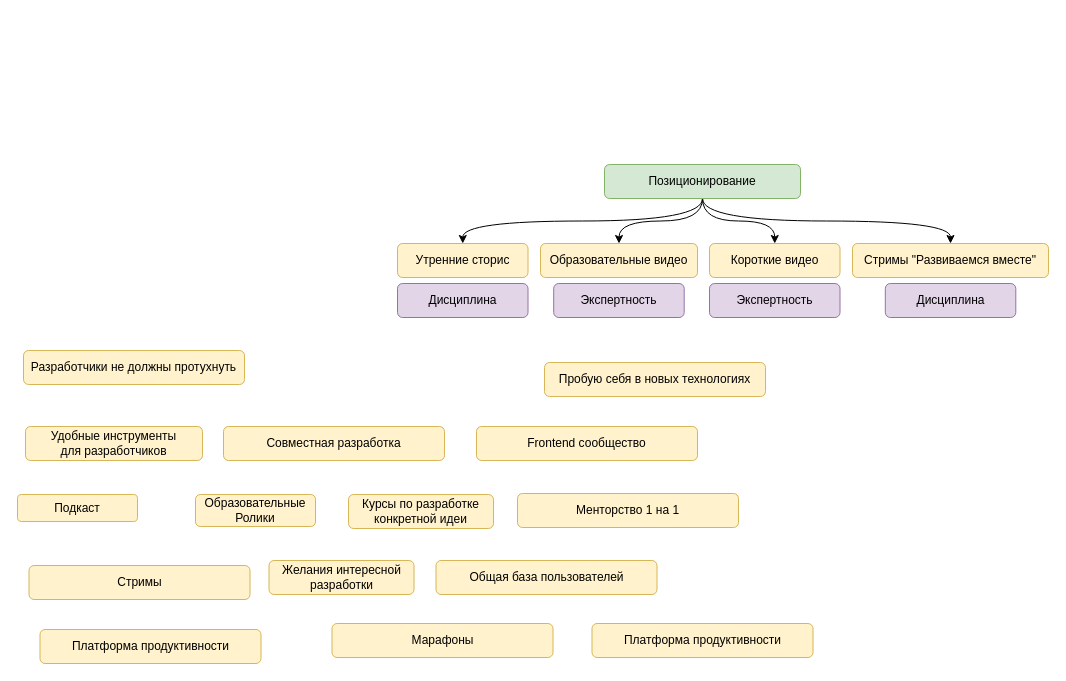
orlov-oleg-developer/uml-diagrams keeps this draw.io diagram as Ecosystem.drawio. Above is the earlier version. Source tidied: cells renumbered, new cells numbered last; positions are measured from the earlier drawing's top-left corner, leaving out a move shared by most shapes. Both pictures are drawn from the tidied source at 100%, with x=0, y=0 at pixel (17, 164).
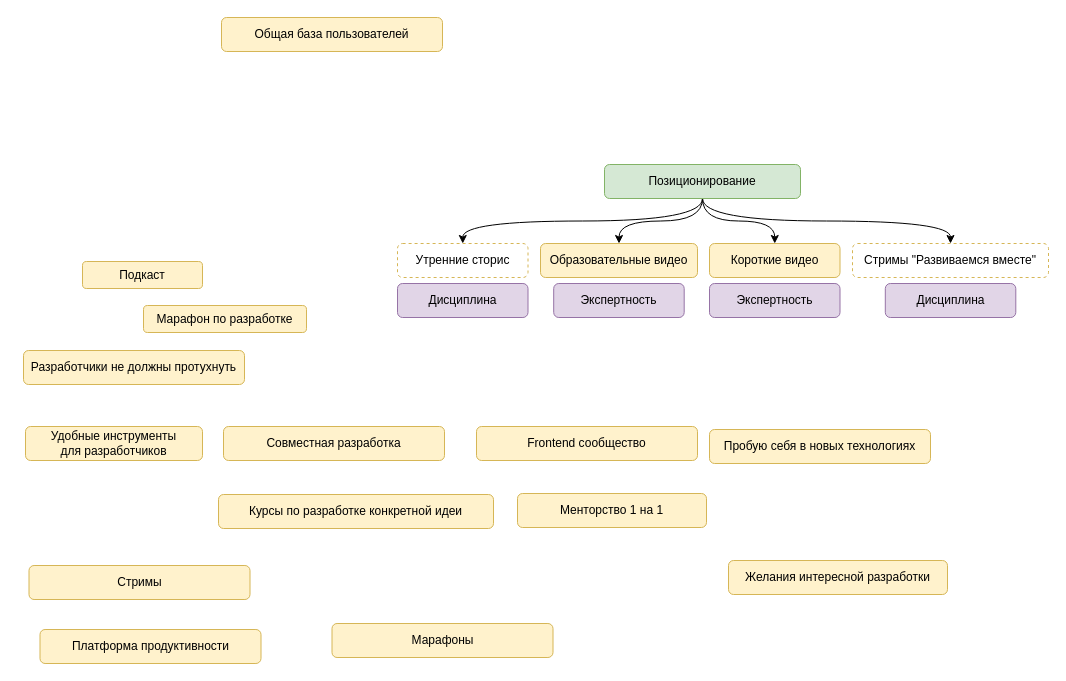
The same diagram, later.

What changed in the source:
```diff
@@
     <mxCell id="2" value="Подкаст" style="rounded=1;whiteSpace=wrap;html=1;fillColor=#fff2cc;strokeColor=#d6b656;" parent="1" vertex="1">
-      <mxGeometry y="330" width="120" height="27" as="geometry" />
+      <mxGeometry x="65" y="97" width="120" height="27" as="geometry" />
     </mxCell>
-    <mxCell id="3" value="Образовательные Ролики" style="rounded=1;whiteSpace=wrap;html=1;fillColor=#fff2cc;strokeColor=#d6b656;" parent="1" vertex="1">
-      <mxGeometry x="178" y="330" width="120" height="32" as="geometry" />
-    </mxCell>
     <mxCell id="4" value="Курсы по разработке конкретной идеи" style="rounded=1;whiteSpace=wrap;html=1;fillColor=#fff2cc;strokeColor=#d6b656;" parent="1" vertex="1">
-      <mxGeometry x="331" y="330" width="145" height="34" as="geometry" />
+      <mxGeometry x="201" y="330" width="275" height="34" as="geometry" />
     </mxCell>
     <mxCell id="5" value="Желания интересной разработки" style="rounded=1;whiteSpace=wrap;html=1;fillColor=#fff2cc;strokeColor=#d6b656;" parent="1" vertex="1">
-      <mxGeometry x="251.5" y="396" width="145" height="34" as="geometry" />
+      <mxGeometry x="711" y="396" width="219" height="34" as="geometry" />
     </mxCell>
     <mxCell id="6" value="Общая база пользователей" style="rounded=1;whiteSpace=wrap;html=1;fillColor=#fff2cc;strokeColor=#d6b656;" parent="1" vertex="1">
-      <mxGeometry x="418.5" y="396" width="221" height="34" as="geometry" />
+      <mxGeometry x="204" y="-147" width="221" height="34" as="geometry" />
     </mxCell>
@@
     <mxCell id="9" value="Менторство 1 на 1" style="rounded=1;whiteSpace=wrap;html=1;fillColor=#fff2cc;strokeColor=#d6b656;" parent="1" vertex="1">
-      <mxGeometry x="500" y="329" width="221" height="34" as="geometry" />
+      <mxGeometry x="500" y="329" width="189" height="34" as="geometry" />
     </mxCell>
@@
-    <mxCell id="17" value="Платформа продуктивности" style="rounded=1;whiteSpace=wrap;html=1;fillColor=#fff2cc;strokeColor=#d6b656;" parent="1" vertex="1">
-      <mxGeometry x="574.5" y="459" width="221" height="34" as="geometry" />
-    </mxCell>
@@
     <mxCell id="21" value="Пробую себя в новых технологиях" style="rounded=1;whiteSpace=wrap;html=1;fillColor=#fff2cc;strokeColor=#d6b656;" parent="1" vertex="1">
-      <mxGeometry x="527" y="198" width="221" height="34" as="geometry" />
+      <mxGeometry x="692" y="265" width="221" height="34" as="geometry" />
     </mxCell>
-    <mxCell id="22" value="Стримы &quot;Развиваемся вместе&quot;" style="rounded=1;whiteSpace=wrap;html=1;fillColor=#fff2cc;strokeColor=#d6b656;" parent="1" vertex="1">
+    <mxCell id="22" value="Стримы &quot;Развиваемся вместе&quot;" style="rounded=1;whiteSpace=wrap;html=1;fillColor=none;strokeColor=#d6b656;dashed=1;" parent="1" vertex="1">
       <mxGeometry x="835" y="79" width="196" height="34" as="geometry" />
     </mxCell>
-    <mxCell id="23" value="Утренние сторис" style="rounded=1;whiteSpace=wrap;html=1;fillColor=#fff2cc;strokeColor=#d6b656;" parent="1" vertex="1">
+    <mxCell id="23" value="Утренние сторис" style="rounded=1;whiteSpace=wrap;html=1;fillColor=none;strokeColor=#d6b656;dashed=1;" parent="1" vertex="1">
       <mxGeometry x="380" y="79" width="130.5" height="34" as="geometry" />
     </mxCell>
@@
+    <mxCell id="30" value="Марафон по разработке" style="rounded=1;whiteSpace=wrap;html=1;fillColor=#fff2cc;strokeColor=#d6b656;" parent="1" vertex="1">
+      <mxGeometry x="126" y="141" width="163" height="27" as="geometry" />
+    </mxCell>
```
